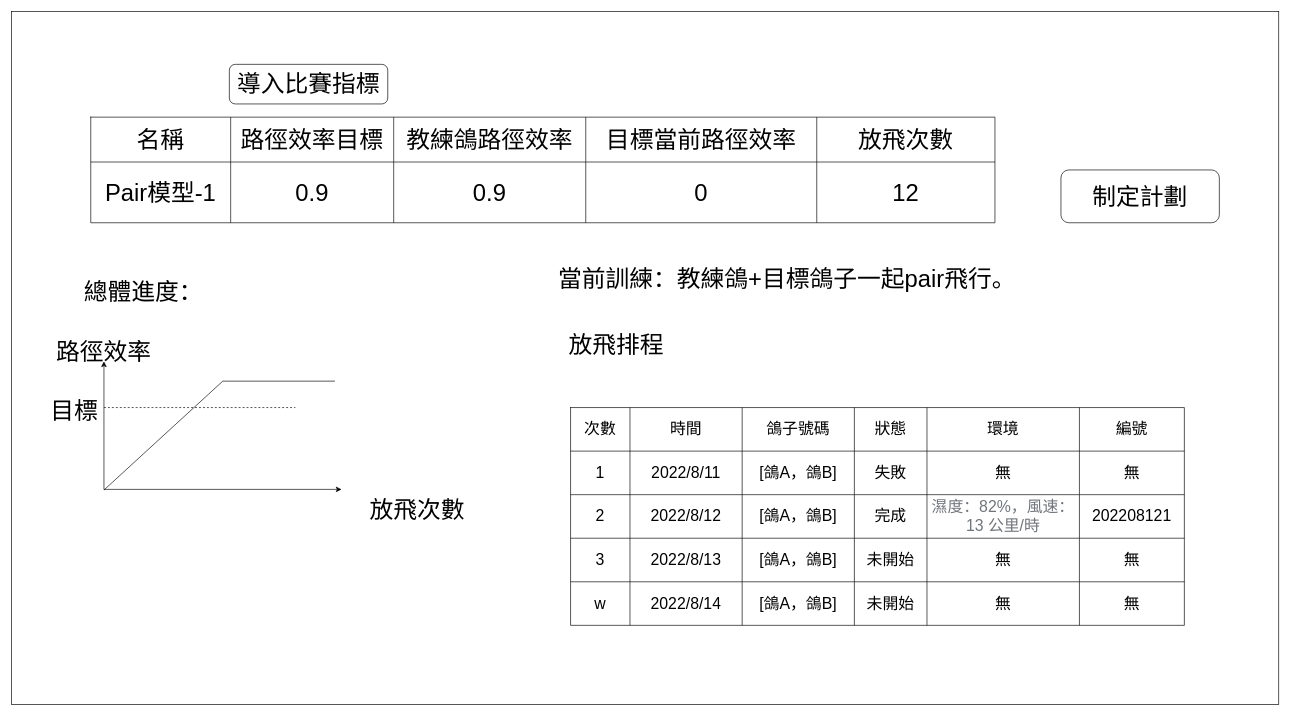
Earlier version of the draw.io diagram page "Pair模型-1" (3 of 10) of 訓練系統UI設計.drawio (pengzhen80/PigeonRace). Source tidied: cells renumbered, new cells numbered last; positions are measured from the earlier drawing's top-left corner, leaving out a move shared by most shapes. Both pictures are drawn from the tidied source at 66%, with x=0, y=0 at pixel (11, 11).
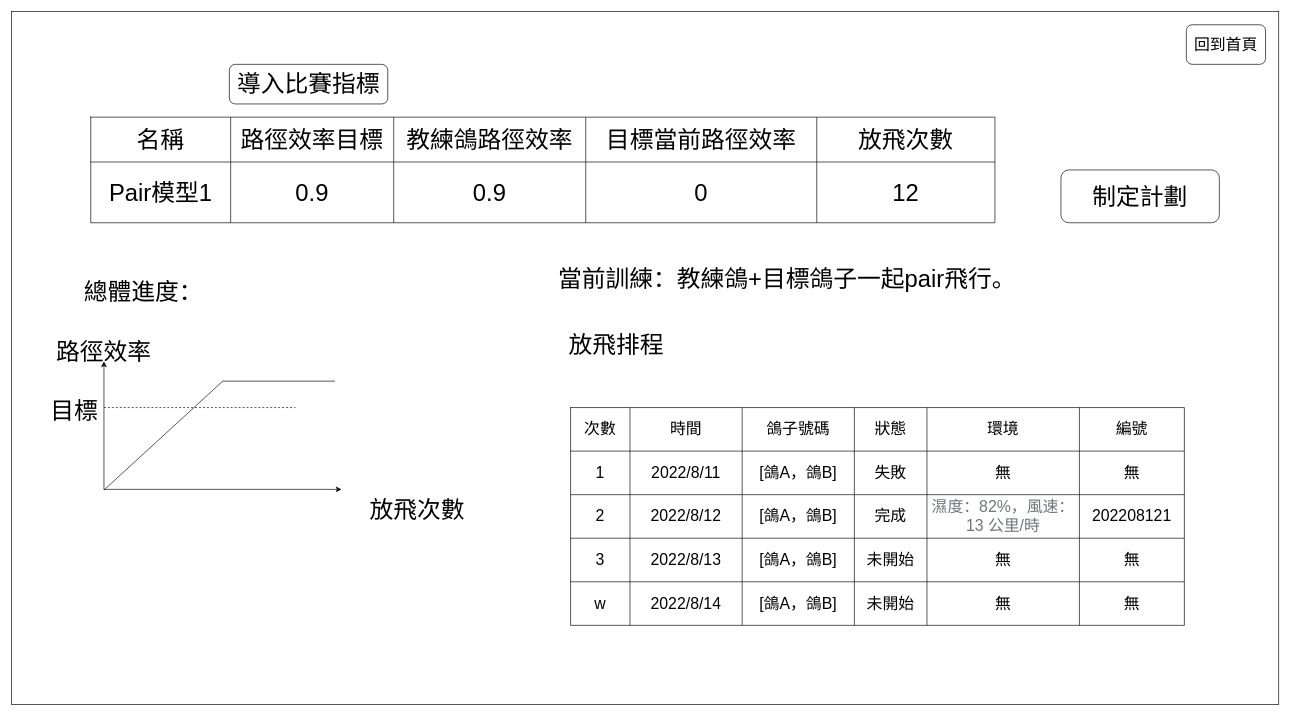
Above is the later version.

Unchanged cells that the change refers to:
```xml
<mxCell id="10" style="shape=tableRow;horizontal=0;startSize=0;swimlaneHead=0;swimlaneBody=0;top=0;left=0;bottom=0;right=0;fillColor=none;fontSize=36;" parent="3" vertex="1">
  <mxGeometry y="68" width="1370" height="92" as="geometry" />
</mxCell>
```

What changed in the source:
```diff
@@
-    <mxCell id="11" value="Pair模型-1" style="shape=partialRectangle;html=1;whiteSpace=wrap;overflow=hidden;fillColor=none;top=0;left=0;bottom=0;right=0;fontSize=36;" parent="10" vertex="1">
+    <mxCell id="11" value="Pair模型1" style="shape=partialRectangle;html=1;whiteSpace=wrap;overflow=hidden;fillColor=none;top=0;left=0;bottom=0;right=0;fontSize=36;" parent="10" vertex="1">
       <mxGeometry width="212" height="92" as="geometry" />
     </mxCell>
@@
+    <mxCell id="65" value="回到首頁" style="rounded=1;whiteSpace=wrap;html=1;fontSize=24;" parent="1" vertex="1">
+      <mxGeometry x="1780" y="20" width="120" height="60" as="geometry" />
+    </mxCell>
```
